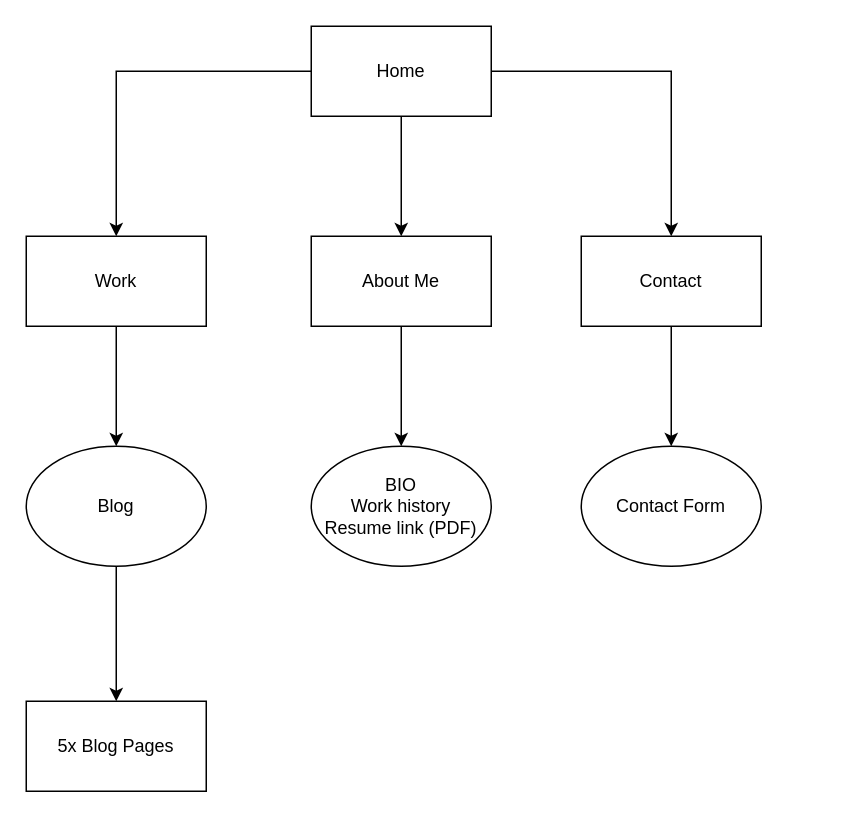
Above: Portfolio_sitemap_T1A2.drawio in boldybread/BradleyArchbold_T1A2 (draw.io), before the change. Source tidied: cells renumbered, new cells numbered last; positions are measured from the earlier drawing's top-left corner, leaving out a move shared by most shapes. Both pictures are drawn from the tidied source at 150%, with x=0, y=0 at pixel (26, 26).
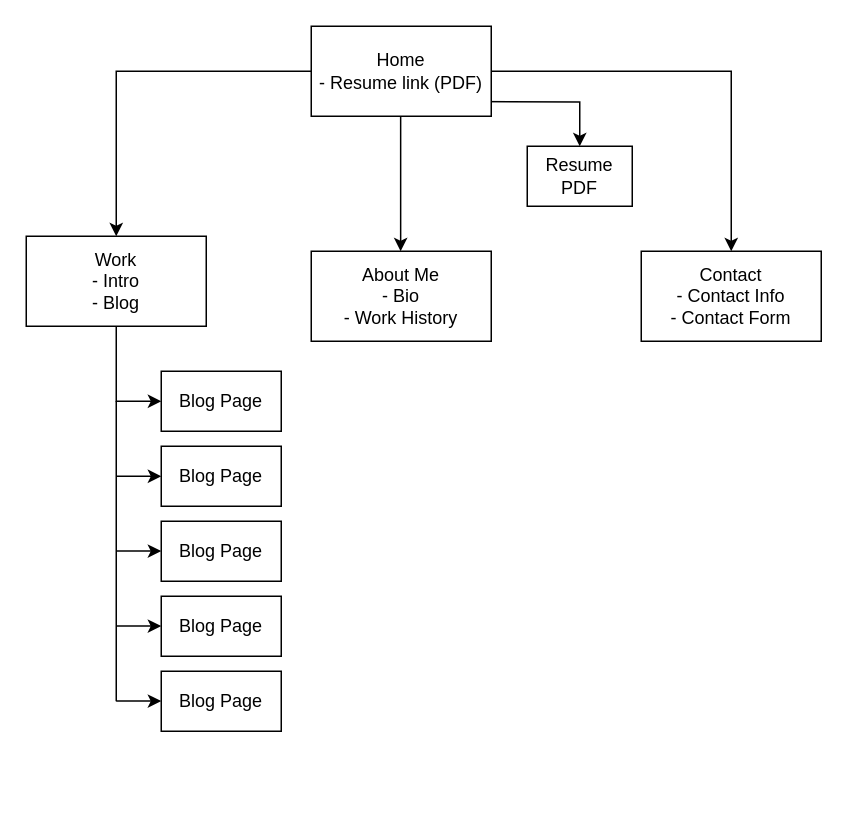
After the change.

Change to the diagram source:
```diff
@@
-    <mxCell id="2" style="edgeStyle=orthogonalEdgeStyle;rounded=0;jettySize=auto;html=1;" parent="1" edge="1" source="5" target="9">
-      <mxGeometry relative="1" as="geometry" />
+    <mxCell id="2" style="edgeStyle=orthogonalEdgeStyle;rounded=0;orthogonalLoop=1;jettySize=auto;html=1;" parent="1" edge="1">
+      <mxGeometry relative="1" as="geometry">
+        <mxPoint x="249.6" y="60" as="sourcePoint" />
+        <mxPoint x="249.6" y="150" as="targetPoint" />
+        <Array as="points">
+          <mxPoint x="249.6" y="70" />
+          <mxPoint x="249.6" y="70" />
+        </Array>
+      </mxGeometry>
     </mxCell>
@@
+    <mxCell id="17" style="edgeStyle=orthogonalEdgeStyle;rounded=0;jettySize=auto;html=1;" parent="1" edge="1" target="27">
+      <mxGeometry relative="1" as="geometry">
+        <mxPoint x="260" y="50" as="sourcePoint" />
+      </mxGeometry>
+    </mxCell>
-    <mxCell id="5" value="Home" style="rounded=0;whiteSpace=wrap;html=1;" parent="1" vertex="1">
+    <mxCell id="5" value="Home&lt;br&gt;- Resume link (PDF)" style="rounded=0;whiteSpace=wrap;html=1;" parent="1" vertex="1">
       <mxGeometry x="190" width="120" height="60" as="geometry" />
     </mxCell>
-    <mxCell id="6" style="edgeStyle=orthogonalEdgeStyle;rounded=0;jettySize=auto;html=1;" parent="1" edge="1" source="7">
-      <mxGeometry relative="1" as="geometry">
-        <mxPoint x="60" y="280" as="targetPoint" />
-      </mxGeometry>
+    <mxCell id="6" style="edgeStyle=orthogonalEdgeStyle;rounded=0;jettySize=auto;html=1;entryX=0;entryY=0.5;entryDx=0;entryDy=0;" parent="1" edge="1" source="7" target="21">
+      <mxGeometry relative="1" as="geometry" />
     </mxCell>
-    <mxCell id="7" value="Work" style="rounded=0;whiteSpace=wrap;html=1;" parent="1" vertex="1">
+    <mxCell id="7" value="Work&lt;br&gt;- Intro&lt;br&gt;- Blog" style="rounded=0;whiteSpace=wrap;html=1;" parent="1" vertex="1">
       <mxGeometry y="140" width="120" height="60" as="geometry" />
     </mxCell>
-    <mxCell id="8" style="edgeStyle=orthogonalEdgeStyle;rounded=0;jettySize=auto;html=1;" parent="1" edge="1" source="9">
-      <mxGeometry relative="1" as="geometry">
-        <mxPoint x="250" y="280" as="targetPoint" />
-      </mxGeometry>
-    </mxCell>
-    <mxCell id="9" value="About Me" style="rounded=0;whiteSpace=wrap;html=1;" parent="1" vertex="1">
-      <mxGeometry x="190" y="140" width="120" height="60" as="geometry" />
+    <mxCell id="9" value="About Me&lt;br&gt;- Bio&lt;br&gt;- Work History" style="rounded=0;whiteSpace=wrap;html=1;" parent="1" vertex="1">
+      <mxGeometry x="190" y="150" width="120" height="60" as="geometry" />
     </mxCell>
-    <mxCell id="10" style="edgeStyle=orthogonalEdgeStyle;rounded=0;jettySize=auto;html=1;" parent="1" edge="1" source="11">
-      <mxGeometry relative="1" as="geometry">
-        <mxPoint x="430" y="280" as="targetPoint" />
-      </mxGeometry>
-    </mxCell>
-    <mxCell id="11" value="Contact" style="rounded=0;whiteSpace=wrap;html=1;" parent="1" vertex="1">
-      <mxGeometry x="370" y="140" width="120" height="60" as="geometry" />
+    <mxCell id="11" value="Contact&lt;br&gt;- Contact Info&lt;br&gt;- Contact Form" style="rounded=0;whiteSpace=wrap;html=1;" parent="1" vertex="1">
+      <mxGeometry x="410" y="150" width="120" height="60" as="geometry" />
     </mxCell>
-    <mxCell id="12" value="Contact Form" style="ellipse;whiteSpace=wrap;html=1;" parent="1" vertex="1">
-      <mxGeometry x="370" y="280" width="120" height="80" as="geometry" />
-    </mxCell>
-    <mxCell id="13" style="edgeStyle=orthogonalEdgeStyle;rounded=0;jettySize=auto;html=1;" parent="1" edge="1" source="14" target="16">
-      <mxGeometry relative="1" as="geometry" />
-    </mxCell>
-    <mxCell id="14" value="Blog" style="ellipse;whiteSpace=wrap;html=1;" parent="1" vertex="1">
-      <mxGeometry y="280" width="120" height="80" as="geometry" />
-    </mxCell>
-    <mxCell id="15" value="BIO&lt;br style=&quot;border-color: var(--border-color);&quot;&gt;Work history&lt;br style=&quot;border-color: var(--border-color);&quot;&gt;Resume link (PDF)" style="ellipse;whiteSpace=wrap;html=1;" parent="1" vertex="1">
-      <mxGeometry x="190" y="280" width="120" height="80" as="geometry" />
-    </mxCell>
-    <mxCell id="16" value="5x Blog Pages" style="whiteSpace=wrap;html=1;" parent="1" vertex="1">
-      <mxGeometry y="450" width="120" height="60" as="geometry" />
+    <mxCell id="16" value="Blog Page" style="whiteSpace=wrap;html=1;" parent="1" vertex="1">
+      <mxGeometry x="90" y="430" width="80" height="40" as="geometry" />
     </mxCell>
+    <mxCell id="18" value="Blog Page" style="whiteSpace=wrap;html=1;" parent="1" vertex="1">
+      <mxGeometry x="90" y="380" width="80" height="40" as="geometry" />
+    </mxCell>
+    <mxCell id="19" value="Blog Page" style="whiteSpace=wrap;html=1;" parent="1" vertex="1">
+      <mxGeometry x="90" y="330" width="80" height="40" as="geometry" />
+    </mxCell>
+    <mxCell id="20" value="Blog Page" style="whiteSpace=wrap;html=1;" parent="1" vertex="1">
+      <mxGeometry x="90" y="280" width="80" height="40" as="geometry" />
+    </mxCell>
+    <mxCell id="21" value="Blog Page" style="whiteSpace=wrap;html=1;" parent="1" vertex="1">
+      <mxGeometry x="90" y="230" width="80" height="40" as="geometry" />
+    </mxCell>
+    <mxCell id="22" style="endArrow=none;html=1;rounded=0;" parent="1" edge="1">
+      <mxGeometry relative="1" as="geometry">
+        <mxPoint x="60" y="450" as="sourcePoint" />
+        <mxPoint x="60" y="250" as="targetPoint" />
+      </mxGeometry>
+    </mxCell>
+    <mxCell id="23" style="endArrow=classic;html=1;rounded=0;entryX=0;entryY=0.5;entryDx=0;entryDy=0;" parent="1" edge="1" target="20">
+      <mxGeometry relative="1" as="geometry">
+        <mxPoint x="60" y="300" as="sourcePoint" />
+      </mxGeometry>
+    </mxCell>
+    <mxCell id="24" style="endArrow=classic;html=1;rounded=0;entryX=0;entryY=0.5;entryDx=0;entryDy=0;" parent="1" edge="1">
+      <mxGeometry relative="1" as="geometry">
+        <mxPoint x="60" y="349.9" as="sourcePoint" />
+        <mxPoint x="90" y="349.9" as="targetPoint" />
+      </mxGeometry>
+    </mxCell>
+    <mxCell id="25" style="endArrow=classic;html=1;rounded=0;entryX=0;entryY=0.5;entryDx=0;entryDy=0;" parent="1" edge="1">
+      <mxGeometry relative="1" as="geometry">
+        <mxPoint x="60" y="399.9" as="sourcePoint" />
+        <mxPoint x="90" y="399.9" as="targetPoint" />
+      </mxGeometry>
+    </mxCell>
+    <mxCell id="26" style="endArrow=classic;html=1;rounded=0;entryX=0;entryY=0.5;entryDx=0;entryDy=0;" parent="1" edge="1">
+      <mxGeometry relative="1" as="geometry">
+        <mxPoint x="60" y="449.9" as="sourcePoint" />
+        <mxPoint x="90" y="449.9" as="targetPoint" />
+      </mxGeometry>
+    </mxCell>
+    <mxCell id="27" value="Resume PDF" style="rounded=0;whiteSpace=wrap;html=1;" parent="1" vertex="1">
+      <mxGeometry x="334" y="80" width="70" height="40" as="geometry" />
+    </mxCell>
```
